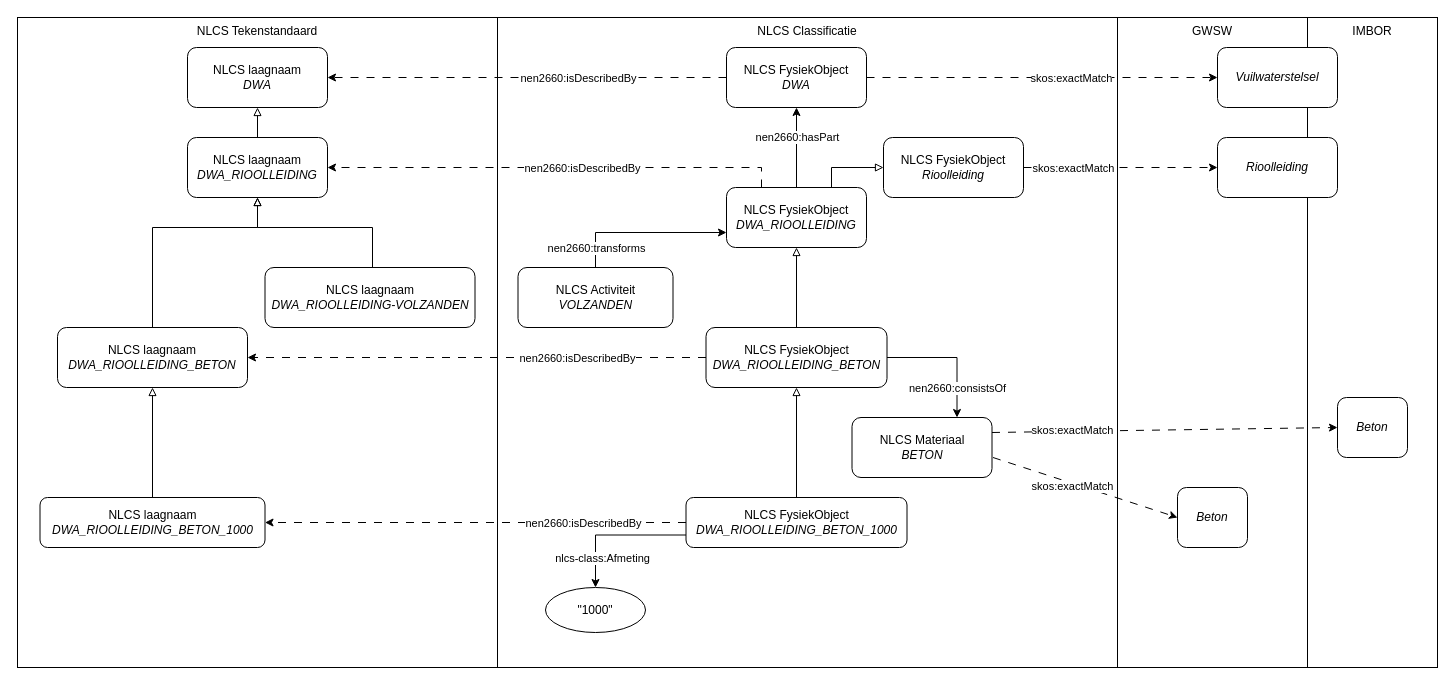
Above: docs/InformatieModelSchema/NLCS_Classificatie_Landschap.drawio in nl-digigo/NLCS (draw.io), before the change. Source tidied: cells renumbered, new cells numbered last; positions are measured from the earlier drawing's top-left corner, leaving out a move shared by most shapes. Both pictures are drawn from the tidied source at 100%, with x=0, y=0 at pixel (17, 17).
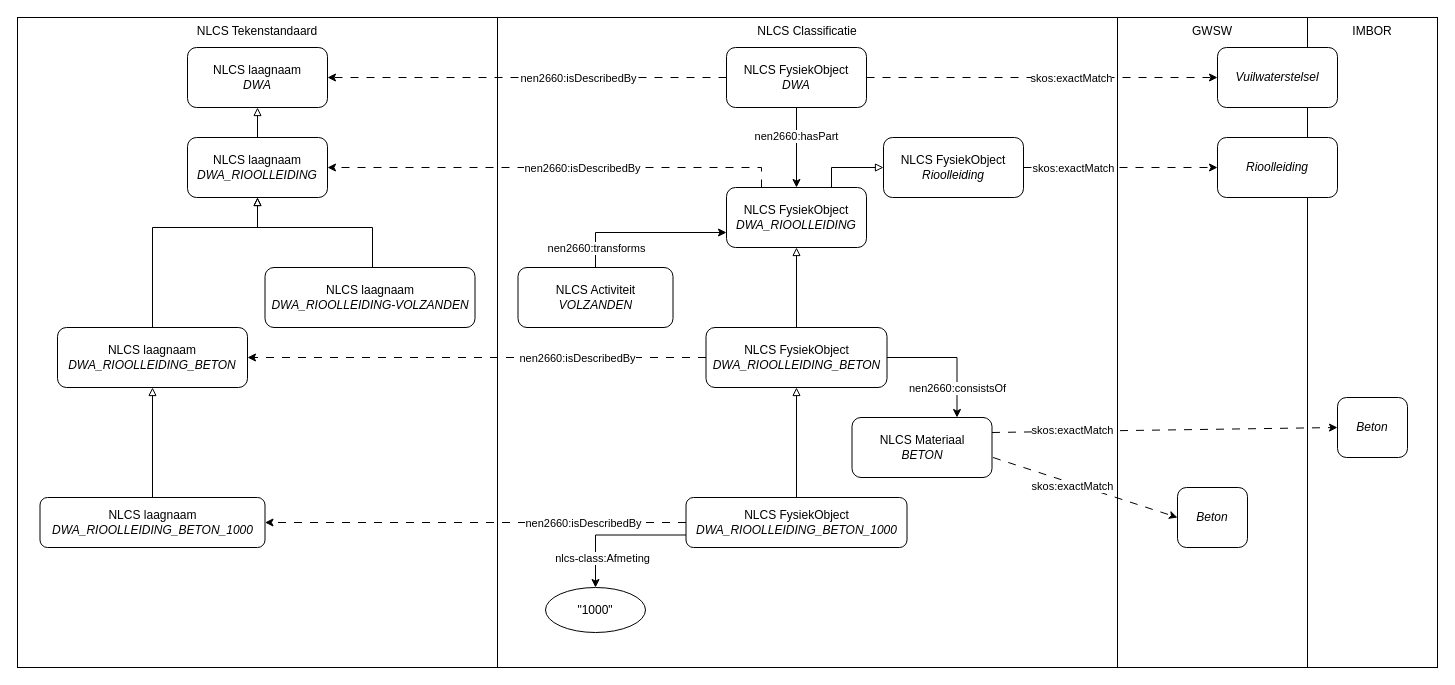
The same diagram, later.

Unchanged cells that the change refers to:
```xml
<mxCell id="17" value="NLCS FysiekObject&lt;div&gt;&lt;i&gt;DWA_RIOOLLEIDING&lt;/i&gt;&lt;/div&gt;" style="rounded=1;whiteSpace=wrap;html=1;" parent="1" vertex="1">
  <mxGeometry x="709" y="170" width="140" height="60" as="geometry" />
</mxCell>
<mxCell id="40" value="NLCS FysiekObject&lt;div&gt;&lt;i&gt;DWA&lt;/i&gt;&lt;/div&gt;" style="rounded=1;whiteSpace=wrap;html=1;" parent="1" vertex="1">
  <mxGeometry x="709" y="30" width="140" height="60" as="geometry" />
</mxCell>
```

The edit, as a diff of the source:
```diff
@@
-    <mxCell id="12" value="nen2660:hasPart" style="edgeStyle=orthogonalEdgeStyle;rounded=0;jettySize=auto;html=1;endArrow=classic;endFill=1;" parent="1" edge="1" source="17" target="40">
-      <mxGeometry x="0.25" y="-1" relative="1" as="geometry" />
+    <mxCell id="12" value="nen2660:hasPart" style="edgeStyle=orthogonalEdgeStyle;rounded=0;jettySize=auto;html=1;endArrow=classic;endFill=1;" parent="1" edge="1" source="40" target="17">
+      <mxGeometry x="-0.25" relative="1" as="geometry">
+        <mxPoint y="-1" as="offset" />
+      </mxGeometry>
     </mxCell>
```
